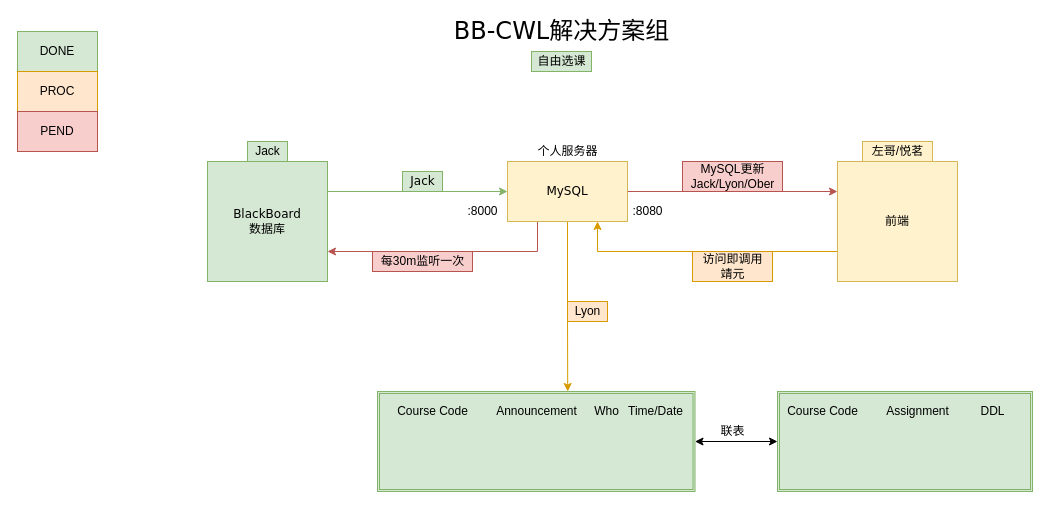
HeptaDevGrp/BB-CWL keeps this draw.io diagram as Doc/Graphs/项目解决方案.drawio. Above is the earlier version. Source tidied: cells renumbered, new cells numbered last; positions are measured from the earlier drawing's top-left corner, leaving out a move shared by most shapes. Both pictures are drawn from the tidied source at 100%, with x=0, y=0 at pixel (17, 21).
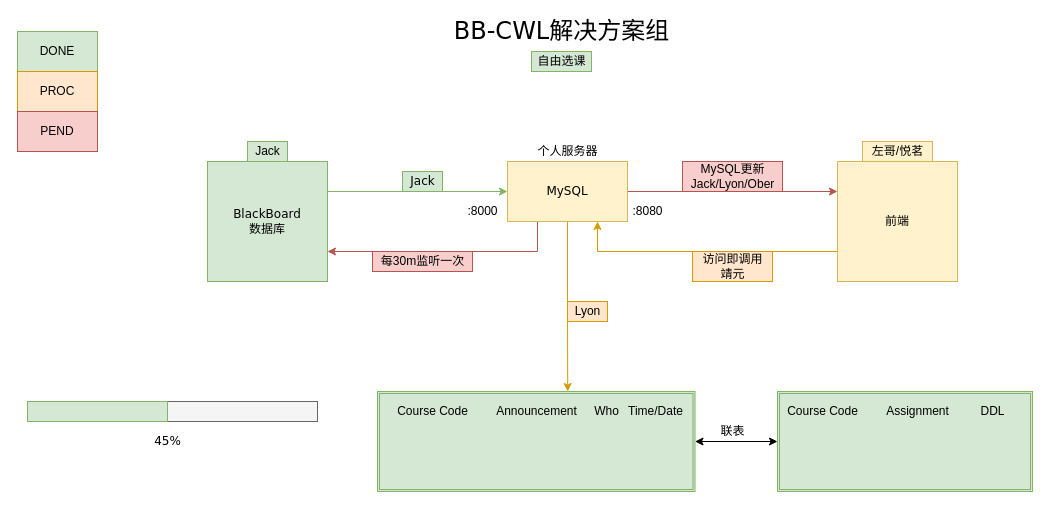
Above is the later version.

Change to the diagram source:
```diff
@@
+    <mxCell id="36" style="rounded=0;whiteSpace=wrap;html=1;fillColor=#f5f5f5;strokeColor=#666666;fontColor=#333333;" parent="1" vertex="1">
+      <mxGeometry x="10" y="380" width="290" height="20" as="geometry" />
+    </mxCell>
+    <mxCell id="37" style="rounded=0;whiteSpace=wrap;html=1;fillColor=#d5e8d4;strokeColor=#82b366;" parent="1" vertex="1">
+      <mxGeometry x="10" y="380" width="140" height="20" as="geometry" />
+    </mxCell>
+    <mxCell id="38" value="&lt;font face=&quot;Verdana&quot;&gt;45%&lt;/font&gt;" style="text;html=1;align=center;verticalAlign=middle;" parent="1" vertex="1">
+      <mxGeometry x="130" y="410" width="40" height="20" as="geometry" />
+    </mxCell>
```
